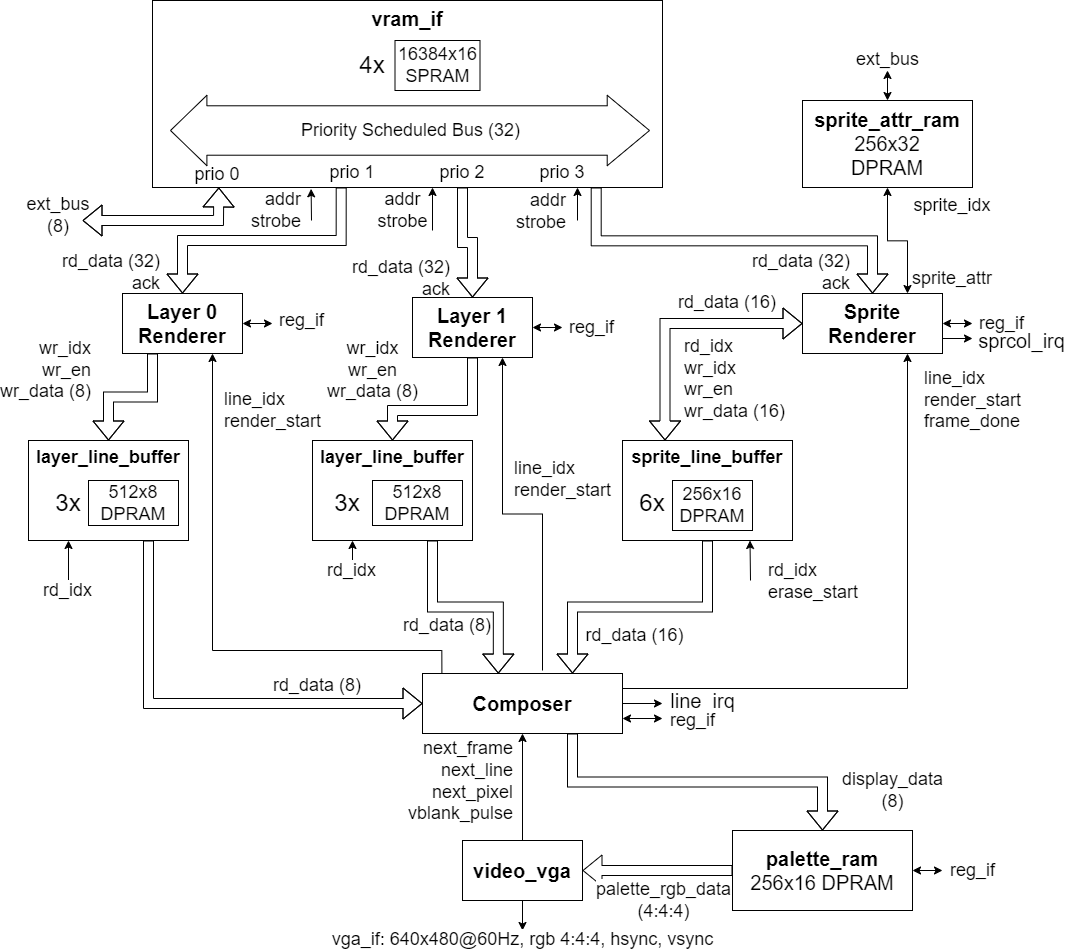
This is assets/vera_simplified.drawio.png from epsilon537/boxlambda, a draw.io export, as it was before one commit. Source tidied: cells renumbered, new cells last; positions are measured from the earlier drawing's top-left corner, leaving out a move shared by most shapes.
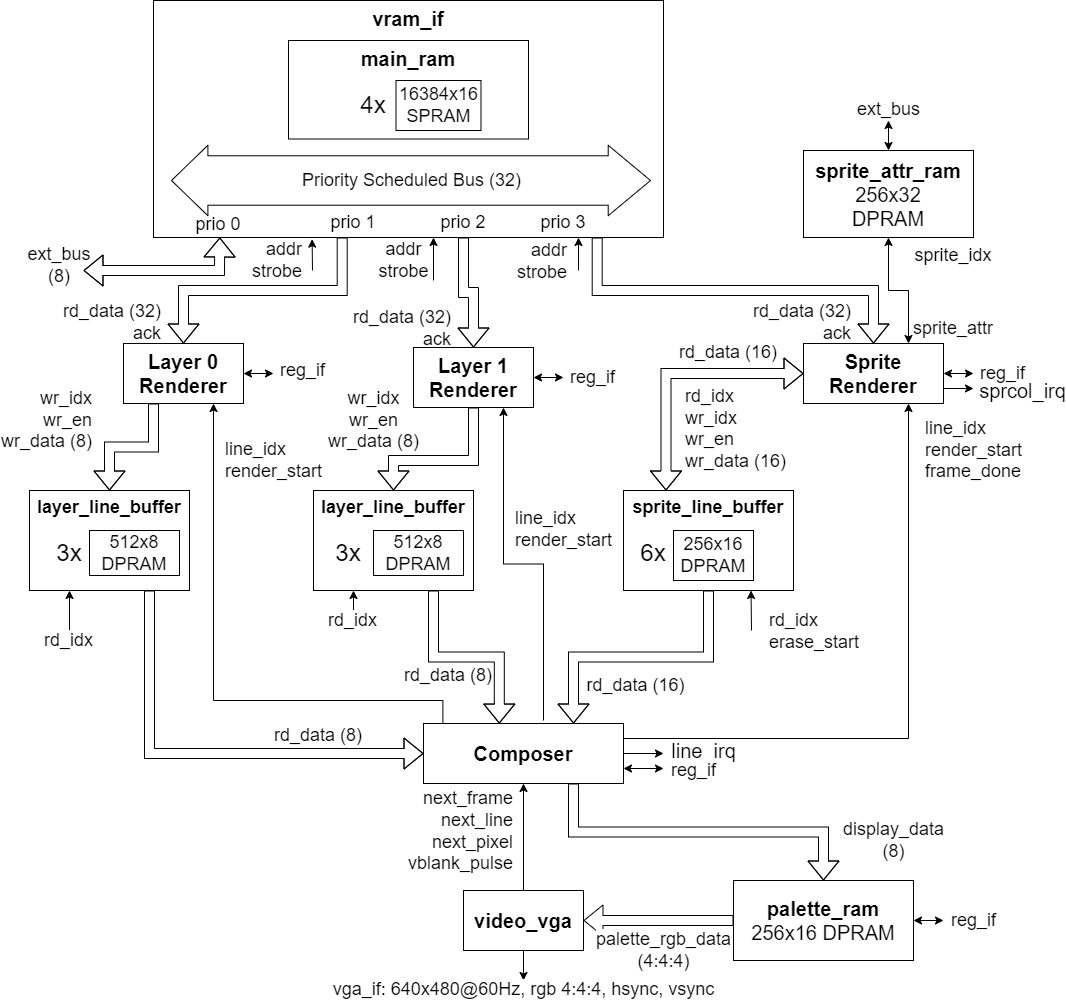
The same diagram one commit later.

Commit message:
post-publish edits to VERA post.

The edit, as a diff of the source:
```diff
@@ -2,6 +2,12 @@
   <root>
     <mxCell id="0" />
     <mxCell id="1" parent="0" />
+    <mxCell id="4" value="&lt;b style=&quot;font-size: 20px;&quot;&gt;vram_if&lt;/b&gt;" style="rounded=0;whiteSpace=wrap;html=1;direction=east;verticalAlign=top;fontSize=20;points=[[0,0,0,0,0],[0,0.25,0,0,0],[0,0.51,0,0,0],[0,0.75,0,0,0],[0,1,0,0,0],[0.13,1,0,0,0],[0.25,0,0,0,0],[0.25,1,0,0,0],[0.37,1,0,0,0],[0.5,0,0,0,0],[0.5,1,0,0,0],[0.63,1,0,0,0],[0.75,0,0,0,0],[0.75,1,0,0,0],[0.87,1,0,0,0],[1,0,0,0,0],[1,0.25,0,0,0],[1,0.51,0,0,0],[1,0.75,0,0,0],[1,1,0,0,0]];" parent="1" vertex="1">
+      <mxGeometry x="124" y="-50" width="510" height="237" as="geometry" />
+    </mxCell>
+    <mxCell id="70" value="main_ram" style="rounded=0;whiteSpace=wrap;html=1;verticalAlign=top;fontStyle=1;fontSize=20;" parent="1" vertex="1">
+      <mxGeometry x="259" y="-10" width="240" height="98.5" as="geometry" />
+    </mxCell>
     <mxCell id="2" value="sprcol_irq" style="endArrow=classic;html=1;rounded=0;fontSize=20;targetPerimeterSpacing=0;exitX=1;exitY=0.75;exitDx=0;exitDy=0;" parent="1" edge="1" source="17">
       <mxGeometry x="1" y="-50" relative="1" as="geometry">
         <mxPoint x="944" y="338" as="targetPoint" />
@@ -14,9 +20,6 @@
         <mxPoint x="40" y="37" as="offset" />
       </mxGeometry>
     </mxCell>
-    <mxCell id="4" value="&lt;b style=&quot;font-size: 20px;&quot;&gt;vram_if&lt;/b&gt;" style="rounded=0;whiteSpace=wrap;html=1;direction=east;verticalAlign=top;fontSize=20;points=[[0,0,0,0,0],[0,0.25,0,0,0],[0,0.51,0,0,0],[0,0.75,0,0,0],[0,1,0,0,0],[0.13,1,0,0,0],[0.25,0,0,0,0],[0.25,1,0,0,0],[0.37,1,0,0,0],[0.5,0,0,0,0],[0.5,1,0,0,0],[0.63,1,0,0,0],[0.75,0,0,0,0],[0.75,1,0,0,0],[0.87,1,0,0,0],[1,0,0,0,0],[1,0.25,0,0,0],[1,0.51,0,0,0],[1,0.75,0,0,0],[1,1,0,0,0]];" parent="1" vertex="1">
-      <mxGeometry x="124" width="510" height="187" as="geometry" />
-    </mxCell>
     <mxCell id="5" value="wr_idx&lt;br style=&quot;font-size: 18px;&quot;&gt;wr_en&lt;br style=&quot;font-size: 18px;&quot;&gt;wr_data (8)" style="endArrow=classic;html=1;rounded=0;endFill=1;edgeStyle=orthogonalEdgeStyle;fontSize=18;entryX=0.5;entryY=0;entryDx=0;entryDy=0;shape=flexArrow;" parent="1" edge="1" source="12" target="16">
       <mxGeometry x="0.63" y="-45" relative="1" as="geometry">
         <Array as="points">
@@ -37,12 +40,12 @@
         </Array>
       </mxGeometry>
     </mxCell>
-    <mxCell id="8" value="reg_if" style="endArrow=classic;html=1;rounded=0;startArrow=classic;startFill=1;endFill=1;fontSize=18;" parent="1" edge="1" source="6">
-      <mxGeometry x="1" y="30" relative="1" as="geometry">
-        <mxPoint x="244" y="323" as="targetPoint" />
-        <mxPoint x="29" y="27" as="offset" />
-      </mxGeometry>
-    </mxCell>
+    <mxCell id="71" value="reg_if" style="endArrow=classic;html=1;rounded=0;startArrow=classic;startFill=1;endFill=1;fontSize=18;" parent="1" edge="1" source="6">
+      <mxGeometry x="1" y="30" relative="1" as="geometry">
+        <mxPoint x="244" y="323" as="targetPoint" />
+        <mxPoint x="29" y="27" as="offset" />
+      </mxGeometry>
+    </mxCell>
     <mxCell id="9" style="endArrow=classic;html=1;rounded=0;startArrow=none;startFill=0;endFill=1;exitX=0.37;exitY=1;exitDx=0;exitDy=0;edgeStyle=orthogonalEdgeStyle;fontSize=18;shape=flexArrow;exitPerimeter=0;" parent="1" edge="1" source="4" target="6">
       <mxGeometry relative="1" as="geometry" />
     </mxCell>
@@ -63,12 +66,12 @@
         <mxPoint y="-1" as="offset" />
       </mxGeometry>
     </mxCell>
-    <mxCell id="14" value="reg_if" style="endArrow=classic;html=1;rounded=0;startArrow=classic;startFill=1;endFill=1;fontSize=18;" parent="1" edge="1" source="12">
-      <mxGeometry x="1" y="30" relative="1" as="geometry">
-        <mxPoint x="534" y="327" as="targetPoint" />
-        <mxPoint x="29" y="30" as="offset" />
-      </mxGeometry>
-    </mxCell>
+    <mxCell id="72" value="reg_if" style="endArrow=classic;html=1;rounded=0;startArrow=classic;startFill=1;endFill=1;fontSize=18;" parent="1" edge="1" source="12">
+      <mxGeometry x="1" y="30" relative="1" as="geometry">
+        <mxPoint x="534" y="327" as="targetPoint" />
+        <mxPoint x="29" y="30" as="offset" />
+      </mxGeometry>
+    </mxCell>
     <mxCell id="15" style="endArrow=classic;html=1;rounded=0;startArrow=none;startFill=0;endFill=1;exitX=0.5;exitY=1;exitDx=0;exitDy=0;fontSize=18;edgeStyle=orthogonalEdgeStyle;shape=flexArrow;" parent="1" edge="1" source="60" target="12">
       <mxGeometry relative="1" as="geometry" />
     </mxCell>
@@ -78,12 +81,12 @@
     <mxCell id="17" value="&lt;b&gt;Sprite&lt;br style=&quot;font-size: 20px;&quot;&gt;Renderer&lt;/b&gt;" style="rounded=0;whiteSpace=wrap;html=1;direction=east;fontSize=20;" parent="1" vertex="1">
       <mxGeometry x="774" y="293" width="140" height="60" as="geometry" />
     </mxCell>
-    <mxCell id="18" value="reg_if" style="endArrow=classic;html=1;rounded=0;startArrow=classic;startFill=1;endFill=1;fontSize=18;" parent="1" edge="1" source="17">
-      <mxGeometry x="1" y="30" relative="1" as="geometry">
-        <mxPoint x="944" y="323" as="targetPoint" />
-        <mxPoint x="29" y="30" as="offset" />
-      </mxGeometry>
-    </mxCell>
+    <mxCell id="73" value="reg_if" style="endArrow=classic;html=1;rounded=0;startArrow=classic;startFill=1;endFill=1;fontSize=18;" parent="1" edge="1" source="17">
+      <mxGeometry x="1" y="30" relative="1" as="geometry">
+        <mxPoint x="944" y="323" as="targetPoint" />
+        <mxPoint x="29" y="30" as="offset" />
+      </mxGeometry>
+    </mxCell>
     <mxCell id="19" style="endArrow=classic;html=1;rounded=0;startArrow=none;startFill=0;endFill=1;edgeStyle=elbowEdgeStyle;fontSize=18;elbow=vertical;exitX=0.87;exitY=1;exitDx=0;exitDy=0;shape=flexArrow;exitPerimeter=0;" parent="1" edge="1" source="4" target="17">
       <mxGeometry relative="1" as="geometry" />
     </mxCell>
@@ -192,18 +195,18 @@
         <mxPoint x="30" y="30" as="offset" />
       </mxGeometry>
     </mxCell>
-    <mxCell id="48" value="rd_idx" style="endArrow=classic;html=1;rounded=0;fontSize=18;targetPerimeterSpacing=0;elbow=vertical;entryX=0.25;entryY=1;entryDx=0;entryDy=0;" parent="1" edge="1" target="10">
-      <mxGeometry x="-1" y="10" relative="1" as="geometry">
-        <mxPoint x="40" y="580" as="sourcePoint" />
-        <mxPoint x="9" y="10" as="offset" />
-      </mxGeometry>
-    </mxCell>
-    <mxCell id="49" value="rd_idx" style="endArrow=classic;html=1;rounded=0;fontSize=18;targetPerimeterSpacing=0;elbow=vertical;entryX=0.25;entryY=1;entryDx=0;entryDy=0;" parent="1" edge="1" target="16">
-      <mxGeometry x="-1" y="10" relative="1" as="geometry">
-        <mxPoint x="324" y="560" as="sourcePoint" />
-        <mxPoint x="9" y="10" as="offset" />
-      </mxGeometry>
-    </mxCell>
+    <mxCell id="74" value="rd_idx" style="endArrow=classic;html=1;rounded=0;fontSize=18;targetPerimeterSpacing=0;elbow=vertical;entryX=0.25;entryY=1;entryDx=0;entryDy=0;" parent="1" edge="1" target="10">
+      <mxGeometry x="-1" y="10" relative="1" as="geometry">
+        <mxPoint x="40" y="580" as="sourcePoint" />
+        <mxPoint x="9" y="10" as="offset" />
+      </mxGeometry>
+    </mxCell>
+    <mxCell id="75" value="rd_idx" style="endArrow=classic;html=1;rounded=0;fontSize=18;targetPerimeterSpacing=0;elbow=vertical;entryX=0.25;entryY=1;entryDx=0;entryDy=0;" parent="1" edge="1" target="16">
+      <mxGeometry x="-1" y="10" relative="1" as="geometry">
+        <mxPoint x="324" y="560" as="sourcePoint" />
+        <mxPoint x="9" y="10" as="offset" />
+      </mxGeometry>
+    </mxCell>
     <mxCell id="50" value="addr&lt;br&gt;strobe" style="endArrow=classic;html=1;rounded=0;fontSize=18;targetPerimeterSpacing=0;elbow=vertical;entryX=0.311;entryY=1.007;entryDx=0;entryDy=0;entryPerimeter=0;align=right;" parent="1" edge="1" target="4">
       <mxGeometry x="-0.36" y="9" relative="1" as="geometry">
         <mxPoint x="283" y="220" as="sourcePoint" />
@@ -242,7 +245,7 @@
       </mxGeometry>
     </mxCell>
     <mxCell id="58" value="16384x16&lt;br&gt;SPRAM" style="rounded=0;whiteSpace=wrap;html=1;fontSize=18;" parent="1" vertex="1">
-      <mxGeometry x="366.5" y="40" width="85" height="50" as="geometry" />
+      <mxGeometry x="366.5" y="30" width="85" height="50" as="geometry" />
     </mxCell>
     <mxCell id="59" value="prio 1" style="text;html=1;strokeColor=none;fillColor=none;align=center;verticalAlign=middle;whiteSpace=wrap;rounded=0;fontSize=18;" parent="1" vertex="1">
       <mxGeometry x="294" y="157" width="60" height="30" as="geometry" />
@@ -259,14 +262,14 @@
         <mxPoint x="621.5" y="130" as="targetPoint" />
       </mxGeometry>
     </mxCell>
-    <mxCell id="63" style="shape=flexArrow;endArrow=classic;startArrow=classic;html=1;rounded=0;fontSize=18;targetPerimeterSpacing=0;entryX=0.13;entryY=1;entryDx=0;entryDy=0;entryPerimeter=0;" parent="1" edge="1" target="4">
-      <mxGeometry relative="1" as="geometry">
-        <mxPoint x="54" y="220" as="sourcePoint" />
-        <Array as="points">
-          <mxPoint x="190" y="220" />
-        </Array>
-      </mxGeometry>
-    </mxCell>
+    <mxCell id="76" style="shape=flexArrow;endArrow=classic;startArrow=classic;html=1;rounded=0;fontSize=18;targetPerimeterSpacing=0;entryX=0.13;entryY=1;entryDx=0;entryDy=0;entryPerimeter=0;" parent="1" edge="1" target="4">
+      <mxGeometry relative="1" as="geometry">
+        <mxPoint x="54" y="220" as="sourcePoint" />
+        <Array as="points">
+          <mxPoint x="190" y="220" />
+        </Array>
+      </mxGeometry>
+    </mxCell>
     <mxCell id="64" value="prio 0" style="text;html=1;strokeColor=none;fillColor=none;align=center;verticalAlign=middle;whiteSpace=wrap;rounded=0;fontSize=18;" parent="1" vertex="1">
       <mxGeometry x="159" y="159" width="60" height="30" as="geometry" />
     </mxCell>
@@ -280,7 +283,7 @@
       <mxGeometry x="288.5" y="487.5" width="60" height="30" as="geometry" />
     </mxCell>
     <mxCell id="68" value="&lt;font style=&quot;font-size: 24px;&quot;&gt;4x&lt;/font&gt;" style="text;html=1;strokeColor=none;fillColor=none;align=center;verticalAlign=middle;whiteSpace=wrap;rounded=0;fontSize=18;" parent="1" vertex="1">
-      <mxGeometry x="314" y="50" width="60" height="30" as="geometry" />
+      <mxGeometry x="314" y="40" width="60" height="30" as="geometry" />
     </mxCell>
     <mxCell id="69" value="&lt;font style=&quot;font-size: 24px;&quot;&gt;6x&lt;/font&gt;" style="text;html=1;strokeColor=none;fillColor=none;align=center;verticalAlign=middle;whiteSpace=wrap;rounded=0;fontSize=18;" parent="1" vertex="1">
       <mxGeometry x="594" y="487.5" width="60" height="30" as="geometry" />
```
